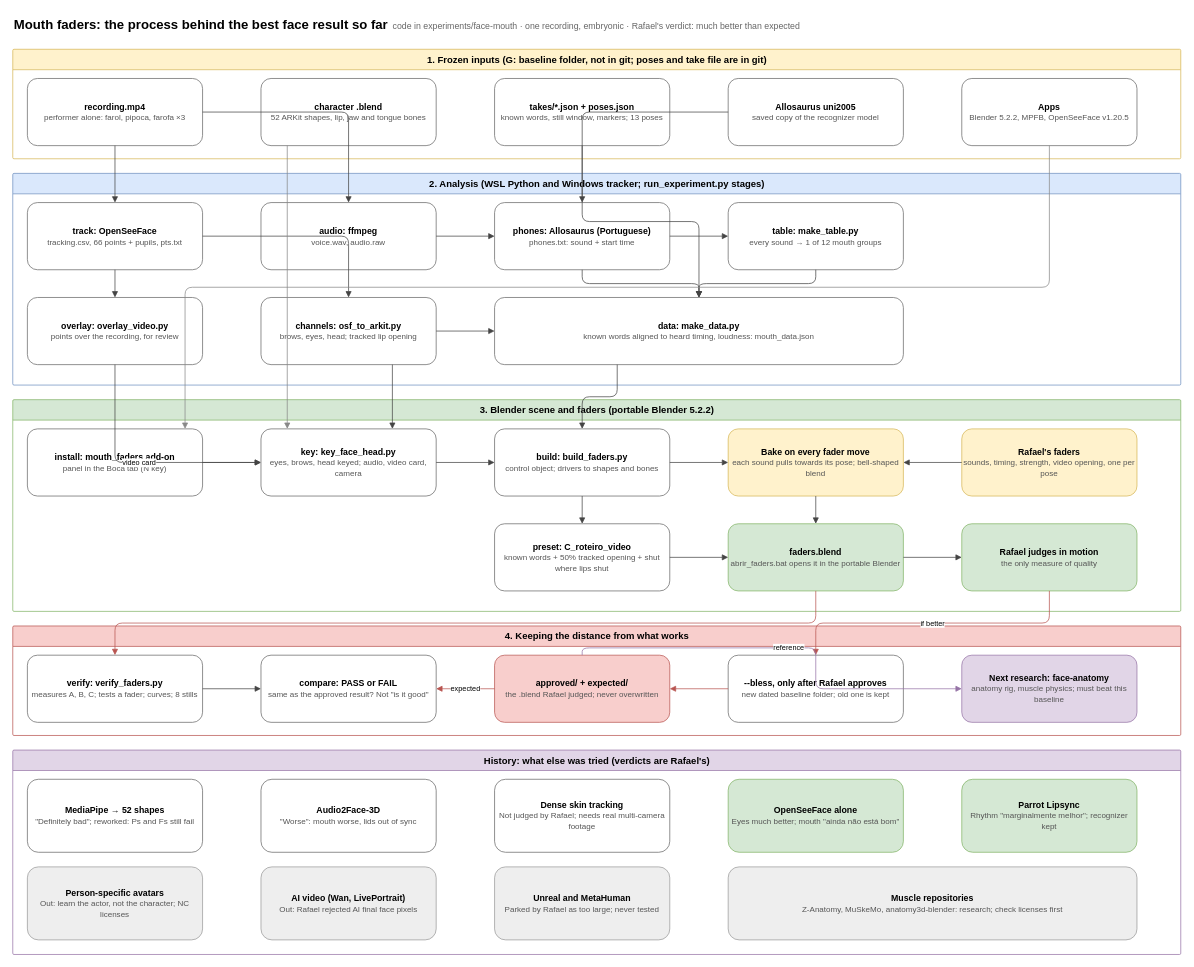
Above: docs/diagrams/face-mouth-experiment.drawio in rafaelchiafarelli/mocap-studio (draw.io), before the change. Source tidied: cells renumbered, new cells numbered last; positions are measured from the earlier drawing's top-left corner, leaving out a move shared by most shapes. Both pictures are drawn from the tidied source at 73%, with x=0, y=0 at pixel (12, 12).
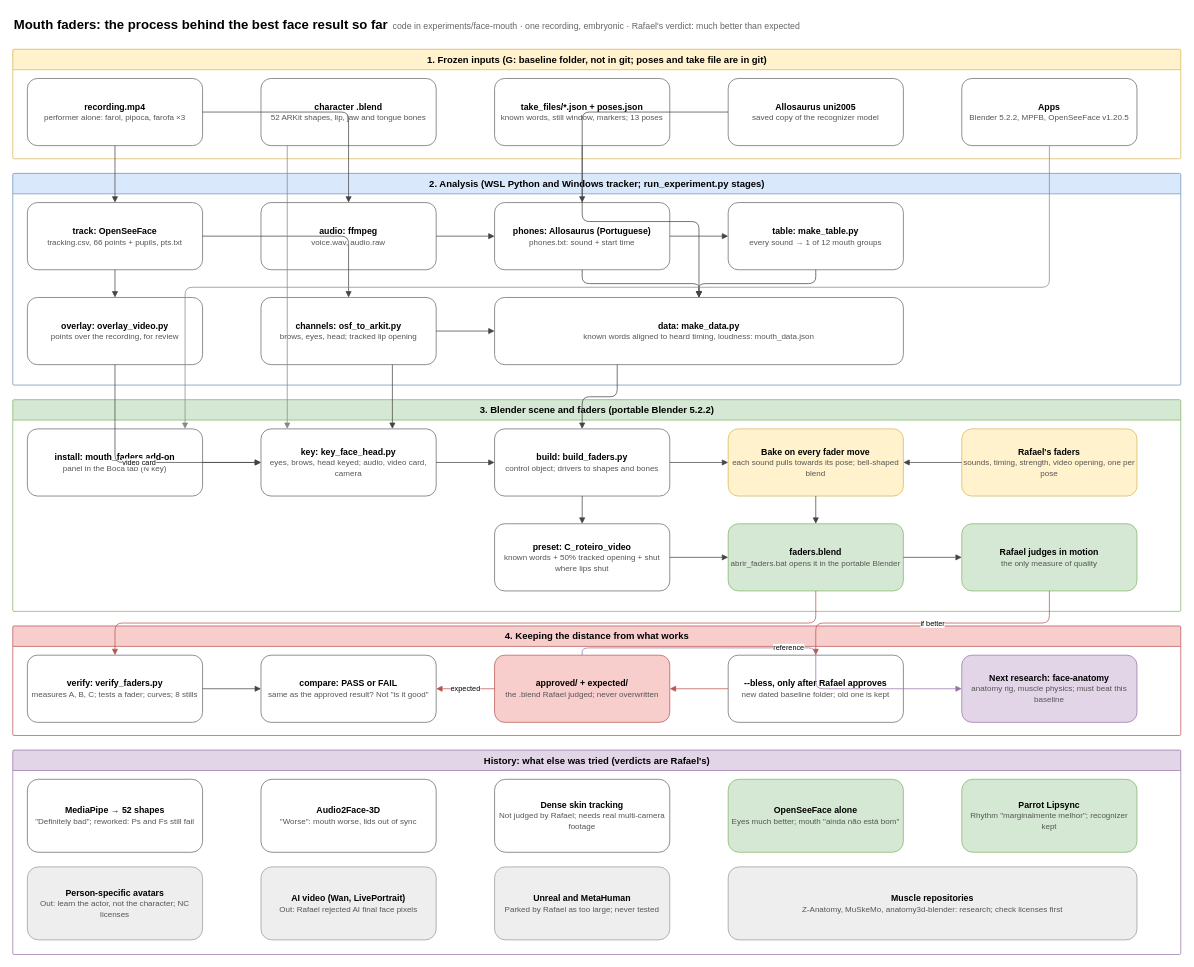
After the change.

Commit message (it also covers changes not shown here):
fix(experiments): commit the take file, which .gitignore was hiding

The edit, as a diff of the source:
```diff
@@
-    <mxCell id="10" value="&lt;b&gt;takes/*.json + poses.json&lt;/b&gt;&lt;br&gt;&lt;font color='#555555' style='font-size:11px'&gt;known words, still window, markers; 13 poses&lt;/font&gt;" style="rounded=1;whiteSpace=wrap;html=1;fontSize=12;align=center;verticalAlign=middle;fillColor=#ffffff;strokeColor=#666666;" parent="1" vertex="1">
+    <mxCell id="10" value="&lt;b&gt;take_files/*.json + poses.json&lt;/b&gt;&lt;br&gt;&lt;font color='#555555' style='font-size:11px'&gt;known words, still window, markers; 13 poses&lt;/font&gt;" style="rounded=1;whiteSpace=wrap;html=1;fontSize=12;align=center;verticalAlign=middle;fillColor=#ffffff;strokeColor=#666666;" parent="1" vertex="1">
       <mxGeometry x="660" y="90" width="240" height="92" as="geometry" />
     </mxCell>
```
